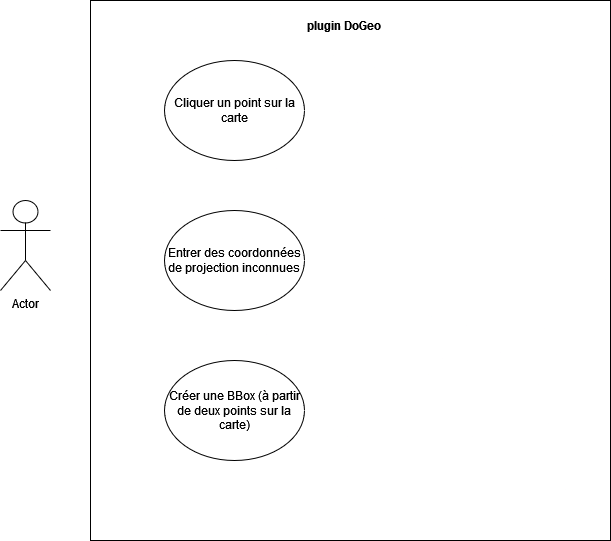
Above: diag_UseCases.png in leonielrx/ProjetInfo_DoGeo (draw.io), before the change. Source tidied: cells renumbered, new cells last; positions are measured from the earlier drawing's top-left corner, leaving out a move shared by most shapes.
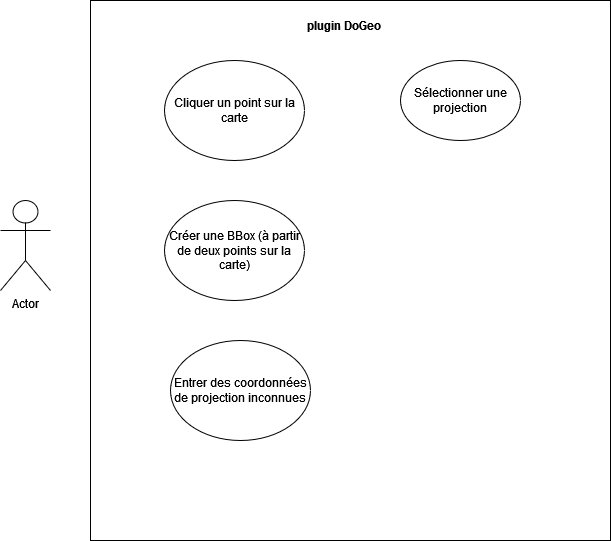
After the commit.

Commit message:
Mettre à jour diag_UseCases.png

What changed in the source:
```diff
@@ -12,13 +12,16 @@
       <mxGeometry x="304" y="10" width="80" height="30" as="geometry" />
     </mxCell>
     <mxCell id="5" value="Entrer des coordonnées de projection inconnues" style="ellipse;whiteSpace=wrap;html=1;" parent="1" vertex="1">
-      <mxGeometry x="164" y="210" width="140" height="100" as="geometry" />
+      <mxGeometry x="170" y="340" width="140" height="100" as="geometry" />
     </mxCell>
     <mxCell id="6" value="Cliquer un point sur la carte" style="ellipse;whiteSpace=wrap;html=1;" parent="1" vertex="1">
       <mxGeometry x="164" y="60" width="140" height="100" as="geometry" />
     </mxCell>
     <mxCell id="7" value="Créer une BBox (à partir de deux points sur la carte)" style="ellipse;whiteSpace=wrap;html=1;" parent="1" vertex="1">
-      <mxGeometry x="164" y="360" width="140" height="100" as="geometry" />
+      <mxGeometry x="164" y="200" width="140" height="100" as="geometry" />
     </mxCell>
+    <mxCell id="8" value="Sélectionner une projection" style="ellipse;whiteSpace=wrap;html=1;" parent="1" vertex="1">
+      <mxGeometry x="400" y="60" width="120" height="80" as="geometry" />
+    </mxCell>
   </root>
 </mxGraphModel>
```
